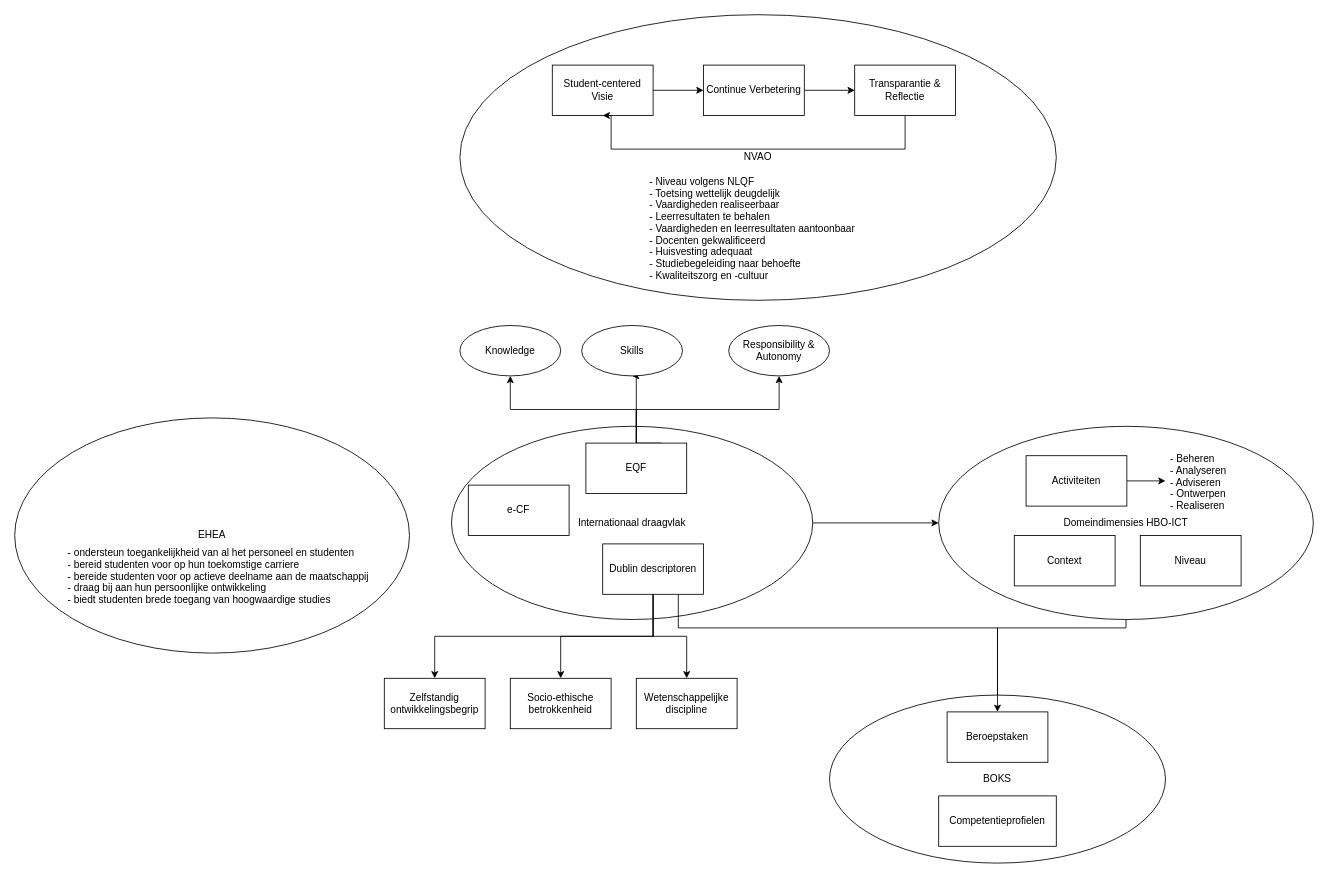
The draw.io diagram BDB.drawio in wieberinsma/bdb-drawio, before the edit. Source tidied: cells renumbered, new cells numbered last; positions are measured from the earlier drawing's top-left corner, leaving out a move shared by most shapes. Both pictures are drawn from the tidied source at 84%, with x=0, y=0 at pixel (14, 14).
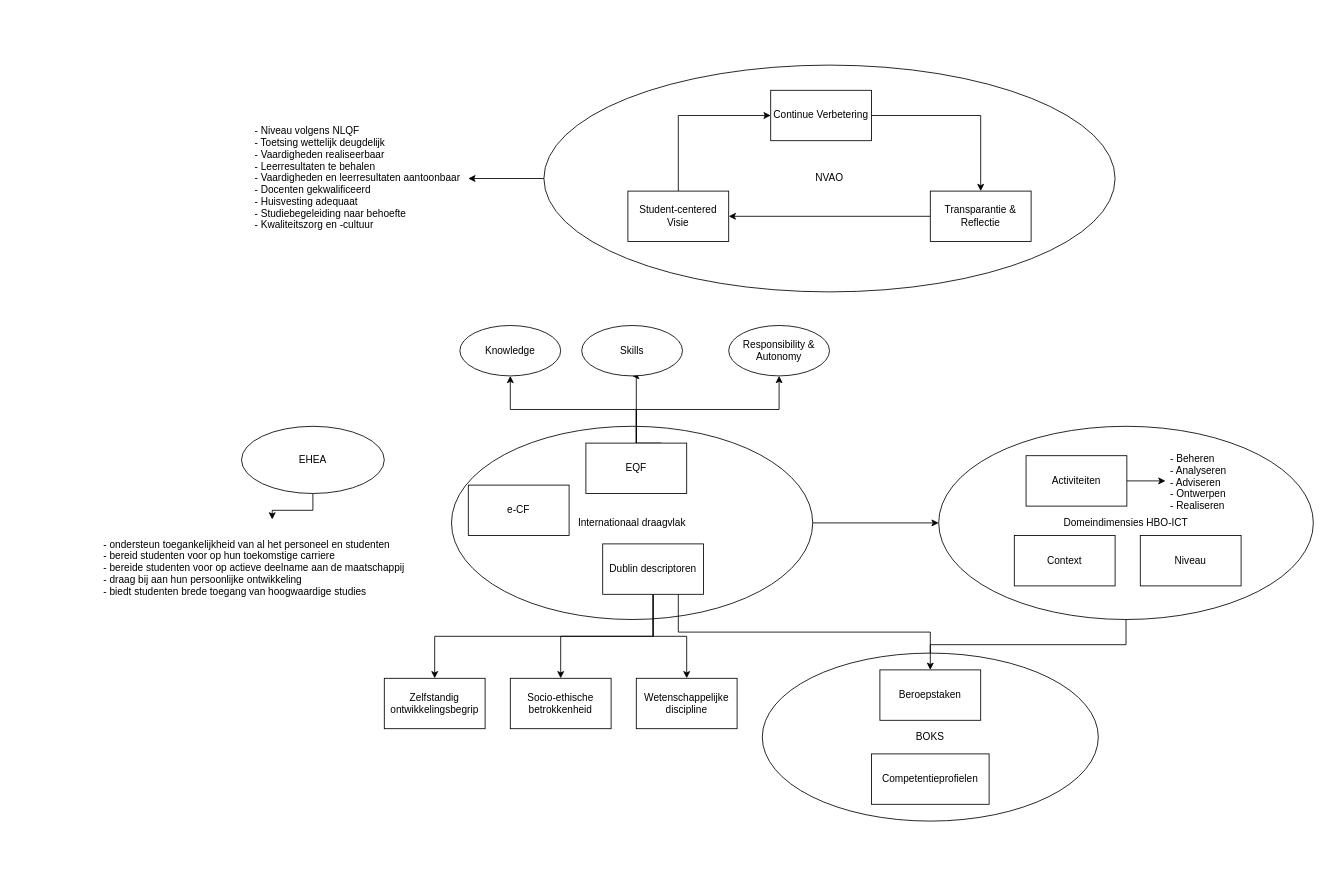
After the change.

The change refers to these unchanged cells:
```xml
<mxCell id="20" value="Dublin descriptoren" style="rounded=0;whiteSpace=wrap;html=1;" parent="1" vertex="1">
  <mxGeometry x="700" y="630" width="120" height="60" as="geometry" />
</mxCell>
<mxCell id="25" value="&lt;div&gt;Domeindimensies HBO-ICT&lt;/div&gt;" style="ellipse;whiteSpace=wrap;html=1;" parent="1" vertex="1">
  <mxGeometry x="1100" y="490" width="446" height="230" as="geometry" />
</mxCell>
```

What changed in the source:
```diff
@@
+    <mxCell id="40" style="edgeStyle=orthogonalEdgeStyle;rounded=0;jettySize=auto;html=1;exitX=0;exitY=0.5;exitDx=0;exitDy=0;entryX=1;entryY=0.5;entryDx=0;entryDy=0;" parent="1" edge="1" source="2" target="9">
+      <mxGeometry relative="1" as="geometry" />
+    </mxCell>
     <mxCell id="2" value="NVAO" style="ellipse;whiteSpace=wrap;html=1;" parent="1" vertex="1">
-      <mxGeometry x="530" width="710" height="340" as="geometry" />
+      <mxGeometry x="630" y="60" width="680" height="270" as="geometry" />
     </mxCell>
-    <mxCell id="3" style="edgeStyle=orthogonalEdgeStyle;rounded=0;jettySize=auto;html=1;" parent="1" edge="1" source="4" target="8">
+    <mxCell id="3" style="edgeStyle=orthogonalEdgeStyle;rounded=0;jettySize=auto;html=1;exitX=0.5;exitY=0;exitDx=0;exitDy=0;entryX=0;entryY=0.5;entryDx=0;entryDy=0;" parent="1" edge="1" source="4" target="8">
       <mxGeometry relative="1" as="geometry" />
     </mxCell>
     <mxCell id="4" value="Student-centered Visie" style="rounded=0;whiteSpace=wrap;html=1;" parent="1" vertex="1">
-      <mxGeometry x="640" y="60" width="120" height="60" as="geometry" />
+      <mxGeometry x="730" y="210" width="120" height="60" as="geometry" />
     </mxCell>
-    <mxCell id="5" style="edgeStyle=orthogonalEdgeStyle;rounded=0;jettySize=auto;html=1;entryX=0.5;entryY=1;entryDx=0;entryDy=0;" parent="1" edge="1" source="6" target="4">
-      <mxGeometry relative="1" as="geometry">
-        <Array as="points">
-          <mxPoint x="1060" y="160" />
-          <mxPoint x="710" y="160" />
-        </Array>
-      </mxGeometry>
+    <mxCell id="5" style="edgeStyle=orthogonalEdgeStyle;rounded=0;jettySize=auto;html=1;exitX=0;exitY=0.5;exitDx=0;exitDy=0;" parent="1" edge="1" source="6" target="4">
+      <mxGeometry relative="1" as="geometry" />
     </mxCell>
     <mxCell id="6" value="Transparantie &amp;amp; Reflectie" style="rounded=0;whiteSpace=wrap;html=1;" parent="1" vertex="1">
-      <mxGeometry x="1000" y="60" width="120" height="60" as="geometry" />
+      <mxGeometry x="1090" y="210" width="120" height="60" as="geometry" />
     </mxCell>
@@
     <mxCell id="8" value="Continue Verbetering" style="rounded=0;whiteSpace=wrap;html=1;" parent="1" vertex="1">
-      <mxGeometry x="820" y="60" width="120" height="60" as="geometry" />
+      <mxGeometry x="900" y="90" width="120" height="60" as="geometry" />
     </mxCell>
     <mxCell id="9" value="- Niveau volgens NLQF&#10;- Toetsing wettelijk deugdelijk&#10;- Vaardigheden realiseerbaar&#10;- Leerresultaten te behalen&#10;- Vaardigheden en leerresultaten aantoonbaar&#10;- Docenten gekwalificeerd&#10;- Huisvesting adequaat&#10;- Studiebegeleiding naar behoefte&#10;- Kwaliteitszorg en -cultuur&#10;&#10;&#10;&#10;&#10;" style="text;strokeColor=none;fillColor=none;align=left;verticalAlign=middle;spacingLeft=4;spacingRight=4;overflow=hidden;points=[[0,0.5],[1,0.5]];portConstraint=eastwest;fontStyle=0;" parent="1" vertex="1">
-      <mxGeometry x="750" y="190" width="260" height="130" as="geometry" />
+      <mxGeometry x="280" y="130" width="260" height="130" as="geometry" />
     </mxCell>
@@
     <mxCell id="19" style="edgeStyle=orthogonalEdgeStyle;rounded=0;jettySize=auto;html=1;exitX=0.75;exitY=1;exitDx=0;exitDy=0;" parent="1" edge="1" source="20" target="33">
-      <mxGeometry relative="1" as="geometry">
-        <Array as="points">
-          <mxPoint x="790" y="730" />
-          <mxPoint x="1170" y="730" />
-        </Array>
-      </mxGeometry>
+      <mxGeometry relative="1" as="geometry" />
     </mxCell>
@@
     <mxCell id="28" value="&lt;div&gt;BOKS&lt;/div&gt;" style="ellipse;whiteSpace=wrap;html=1;" parent="1" vertex="1">
-      <mxGeometry x="970" y="810" width="400" height="200" as="geometry" />
+      <mxGeometry x="890" y="760" width="400" height="200" as="geometry" />
     </mxCell>
@@
     <mxCell id="30" style="edgeStyle=orthogonalEdgeStyle;rounded=0;jettySize=auto;html=1;" parent="1" edge="1" source="25" target="33">
       <mxGeometry relative="1" as="geometry">
         <Array as="points">
-          <mxPoint x="1323" y="730" />
-          <mxPoint x="1170" y="730" />
+          <mxPoint x="1323" y="750" />
+          <mxPoint x="1090" y="750" />
         </Array>
       </mxGeometry>
     </mxCell>
@@
     <mxCell id="33" value="Beroepstaken" style="whiteSpace=wrap;html=1;" parent="1" vertex="1">
-      <mxGeometry x="1110" y="830" width="120" height="60" as="geometry" />
+      <mxGeometry x="1030" y="780" width="120" height="60" as="geometry" />
     </mxCell>
     <mxCell id="34" value="Competentieprofielen" style="rounded=0;whiteSpace=wrap;html=1;" parent="1" vertex="1">
-      <mxGeometry x="1100" y="930" width="140" height="60" as="geometry" />
+      <mxGeometry x="1020" y="880" width="140" height="60" as="geometry" />
     </mxCell>
@@
+    <mxCell id="41" style="edgeStyle=orthogonalEdgeStyle;rounded=0;jettySize=auto;html=1;exitX=0.5;exitY=1;exitDx=0;exitDy=0;entryX=0.51;entryY=0.007;entryDx=0;entryDy=0;entryPerimeter=0;" parent="1" edge="1" source="38" target="39">
+      <mxGeometry relative="1" as="geometry" />
+    </mxCell>
     <mxCell id="38" value="EHEA" style="ellipse;whiteSpace=wrap;html=1;" parent="1" vertex="1">
-      <mxGeometry y="480" width="470" height="280" as="geometry" />
+      <mxGeometry x="270" y="490" width="170" height="80" as="geometry" />
     </mxCell>
     <mxCell id="39" value="- ondersteun toegankelijkheid van al het personeel en studenten&#10;- bereid studenten voor op hun toekomstige carriere &#10;- bereide studenten voor op actieve deelname aan de maatschappij&#10;- draag bij aan hun persoonlijke ontwikkeling&#10;- biedt studenten brede toegang van hoogwaardige studies&#10;" style="text;strokeColor=none;fillColor=none;align=left;verticalAlign=middle;spacingLeft=4;spacingRight=4;overflow=hidden;points=[[0,0.5],[1,0.5]];portConstraint=eastwest;fontStyle=0;" parent="1" vertex="1">
-      <mxGeometry x="57.5" y="610" width="405" height="130" as="geometry" />
+      <mxGeometry x="100" y="600" width="405" height="130" as="geometry" />
     </mxCell>
```
